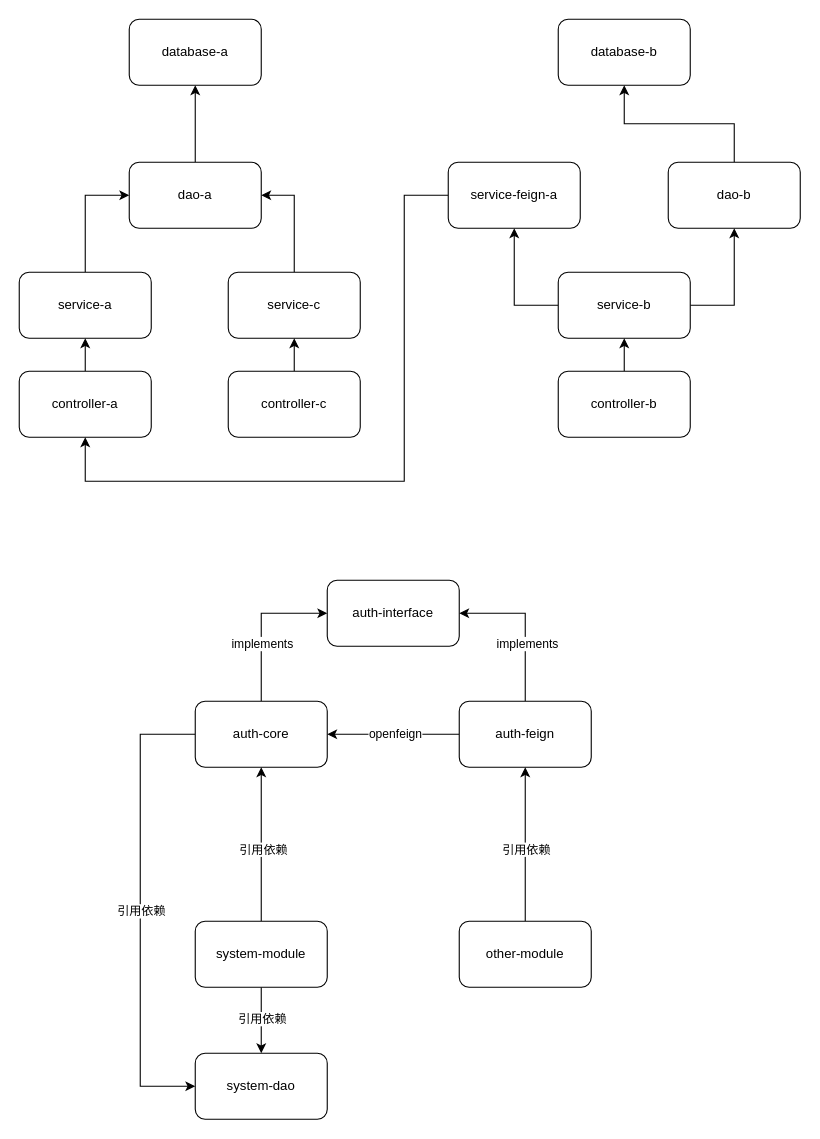
Before: 模块设计图.drawio in codeyunze/drawio, a draw.io diagram. Source tidied: cells renumbered, new cells numbered last; positions are measured from the earlier drawing's top-left corner, leaving out a move shared by most shapes. Both pictures are drawn from the tidied source at 110%, with x=0, y=0 at pixel (19, 19).
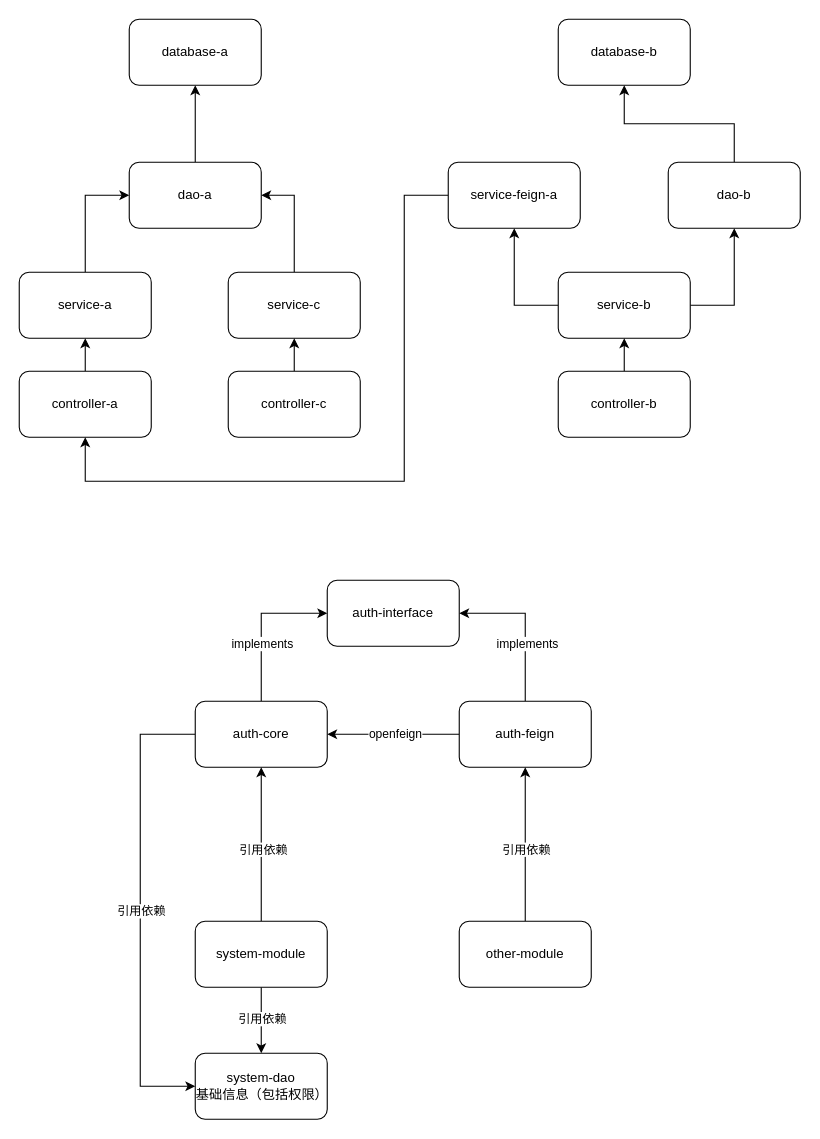
After the change.

Commit message:
更新模块设计图.drawio

What changed in the source:
```diff
@@
-    <mxCell id="42" value="&lt;span style=&quot;background-color: transparent; color: light-dark(rgb(0, 0, 0), rgb(255, 255, 255));&quot;&gt;system-dao&lt;/span&gt;" style="rounded=1;whiteSpace=wrap;html=1;" parent="1" vertex="1">
+    <mxCell id="42" value="&lt;span style=&quot;background-color: transparent; color: light-dark(rgb(0, 0, 0), rgb(255, 255, 255));&quot;&gt;system-dao&lt;/span&gt;&lt;div&gt;&lt;span style=&quot;background-color: transparent; color: light-dark(rgb(0, 0, 0), rgb(255, 255, 255));&quot;&gt;基础信息（包括权限）&lt;/span&gt;&lt;/div&gt;" style="rounded=1;whiteSpace=wrap;html=1;" parent="1" vertex="1">
       <mxGeometry x="160" y="940" width="120" height="60" as="geometry" />
     </mxCell>
```
